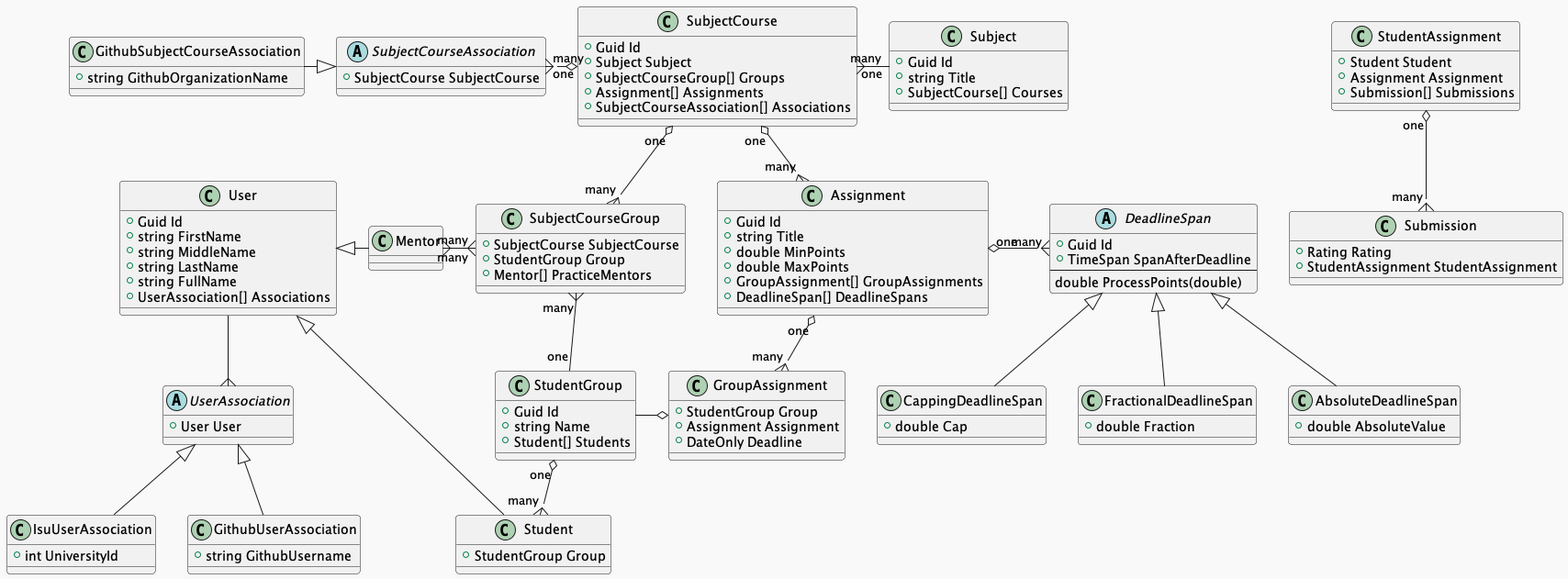
Earlier version of the PlantUML export Docs/domain-entities.png (kysect/Shreks). Its diagram source:
```plantuml
@startuml
!theme mars

class User
{
    + Guid Id
    + string FirstName
    + string MiddleName
    + string LastName
    + string FullName
    + UserAssociation[] Associations
}

User <|-- Student
class Student
{
    + StudentGroup Group
}

User <|- Mentor
class Mentor
{

}

class StudentGroup
{
    + Guid Id
    + string Name
    + Student[] Students
}

class Assignment
{
    + Guid Id
    + string Title
    + double MinPoints
    + double MaxPoints
    + GroupAssignment[] GroupAssignments
    + DeadlineSpan[] DeadlineSpans
}

class StudentAssignment
{
    + Student Student
    + Assignment Assignment
    + Submission[] Submissions
}

class Submission
{
    + Rating Rating
    + StudentAssignment StudentAssignment
}

class GroupAssignment
{
    + StudentGroup Group
    + Assignment Assignment
    + DateOnly Deadline
}

class SubjectCourse
{
    + Guid Id
    + Subject Subject
    + SubjectCourseGroup[] Groups
    + Assignment[] Assignments
    + SubjectCourseAssociation[] Associations
}

class SubjectCourseGroup
{
    + SubjectCourse SubjectCourse
    + StudentGroup Group
    + Mentor[] PracticeMentors
}

class Subject
{
    + Guid Id
    + string Title
    + SubjectCourse[] Courses
}

abstract class DeadlineSpan
{
    + Guid Id
    + TimeSpan SpanAfterDeadline
    --
    double ProcessPoints(double)
}

DeadlineSpan <|-- AbsoluteDeadlineSpan
class AbsoluteDeadlineSpan
{
    + double AbsoluteValue
}

DeadlineSpan <|-- CappingDeadlineSpan
class CappingDeadlineSpan
{
    + double Cap
}

DeadlineSpan <|-- FractionalDeadlineSpan
class FractionalDeadlineSpan
{
    + double Fraction
}

abstract class UserAssociation
{
    + User User
}

UserAssociation <|-- IsuUserAssociation
class IsuUserAssociation
{
    + int UniversityId
}

UserAssociation <|-- GithubUserAssociation
class GithubUserAssociation
{
    + string GithubUsername
}

abstract class SubjectCourseAssociation
{
    + SubjectCourse SubjectCourse
}

SubjectCourseAssociation <|-left- GithubSubjectCourseAssociation
class GithubSubjectCourseAssociation
{
    + string GithubOrganizationName
}

User --{ UserAssociation

StudentGroup "one" o--{ "many" Student

Assignment "one" o-right-{ "many" DeadlineSpan
Assignment "one" o--{ "many" GroupAssignment

GroupAssignment o-left- StudentGroup

StudentAssignment "one" o--{ "many" Submission

SubjectCourse "one" o--{ "many" SubjectCourseGroup
SubjectCourse "many" }-right- "one" Subject
SubjectCourse "one" o--{ "many" Assignment
SubjectCourse "one" o-left-{ "many" SubjectCourseAssociation

SubjectCourseGroup "many" }-- "one" StudentGroup
SubjectCourseGroup "many" }--left--{ "many" Mentor


@enduml
```
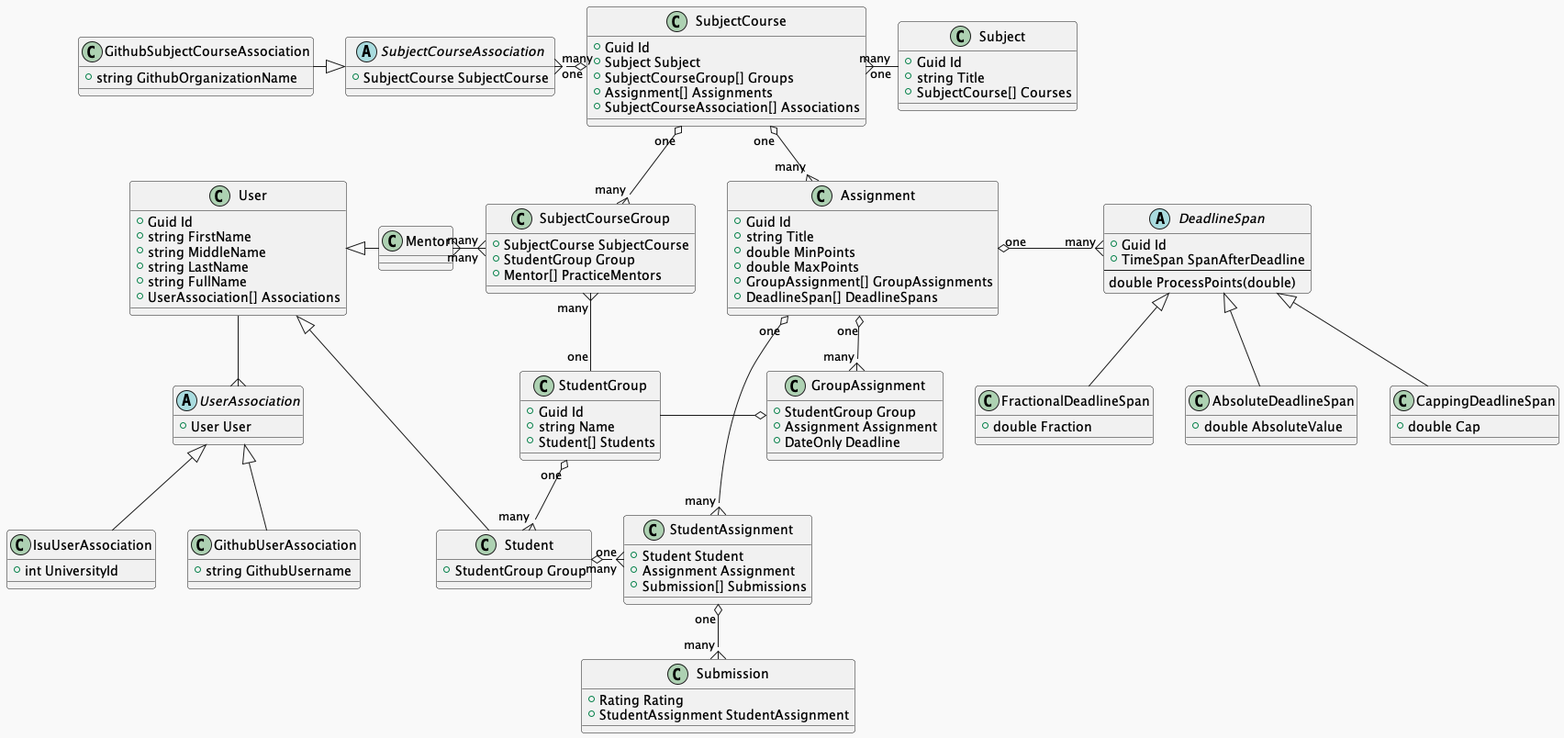
After the change.

Commit message:
docs: added missing relation to entity diagram

Change to the diagram source:
```diff
@@ -147,6 +147,8 @@
 GroupAssignment o-left- StudentGroup
 
 StudentAssignment "one" o--{ "many" Submission
+StudentAssignment "many" }-left-o "one" Student
+StudentAssignment "many" }-up-o "one" Assignment
 
 SubjectCourse "one" o--{ "many" SubjectCourseGroup
 SubjectCourse "many" }-right- "one" Subject
```
